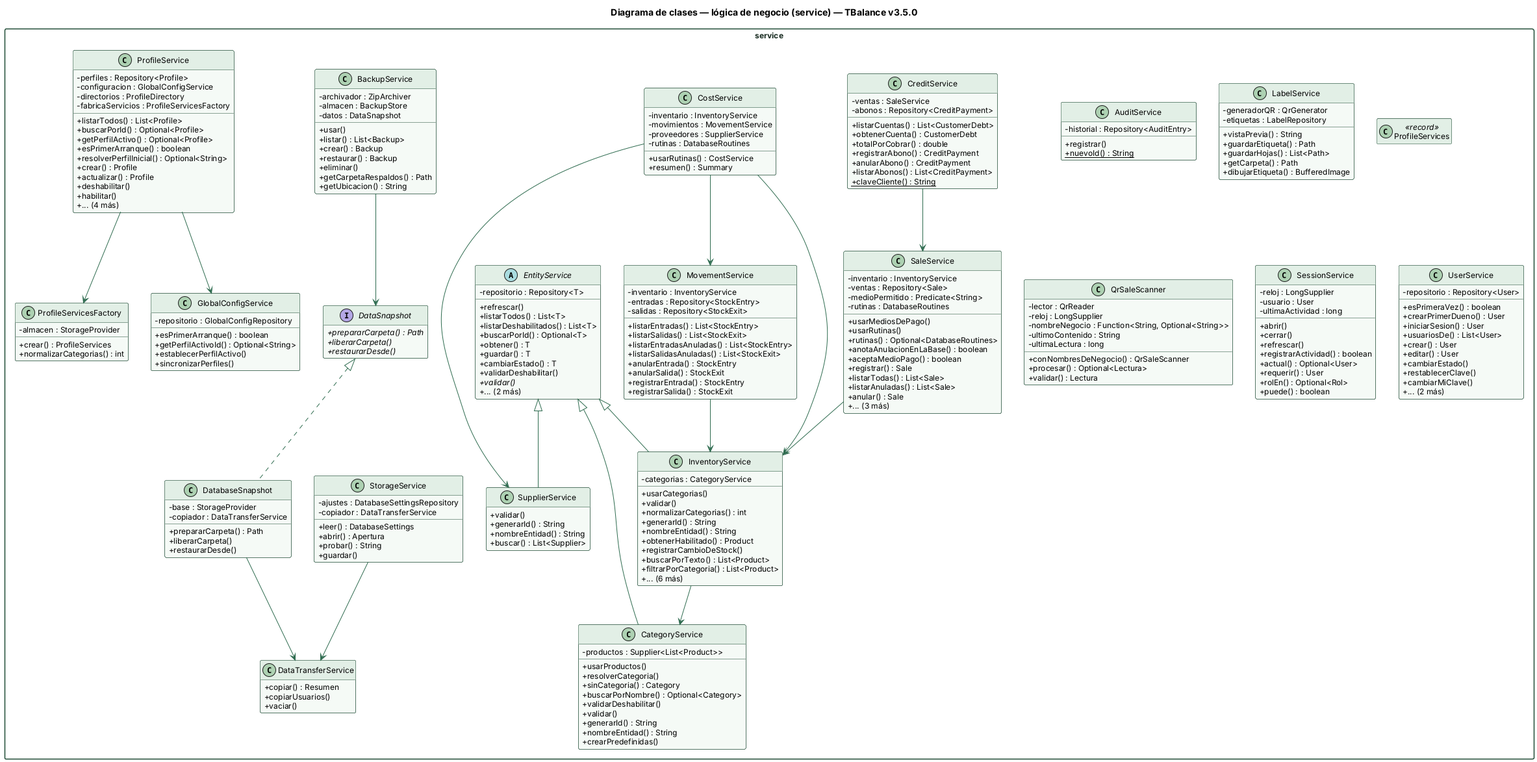
The PlantUML diagram docs/diagramas/clases-servicios.png in erickf-dev/TBalance, before a commit.
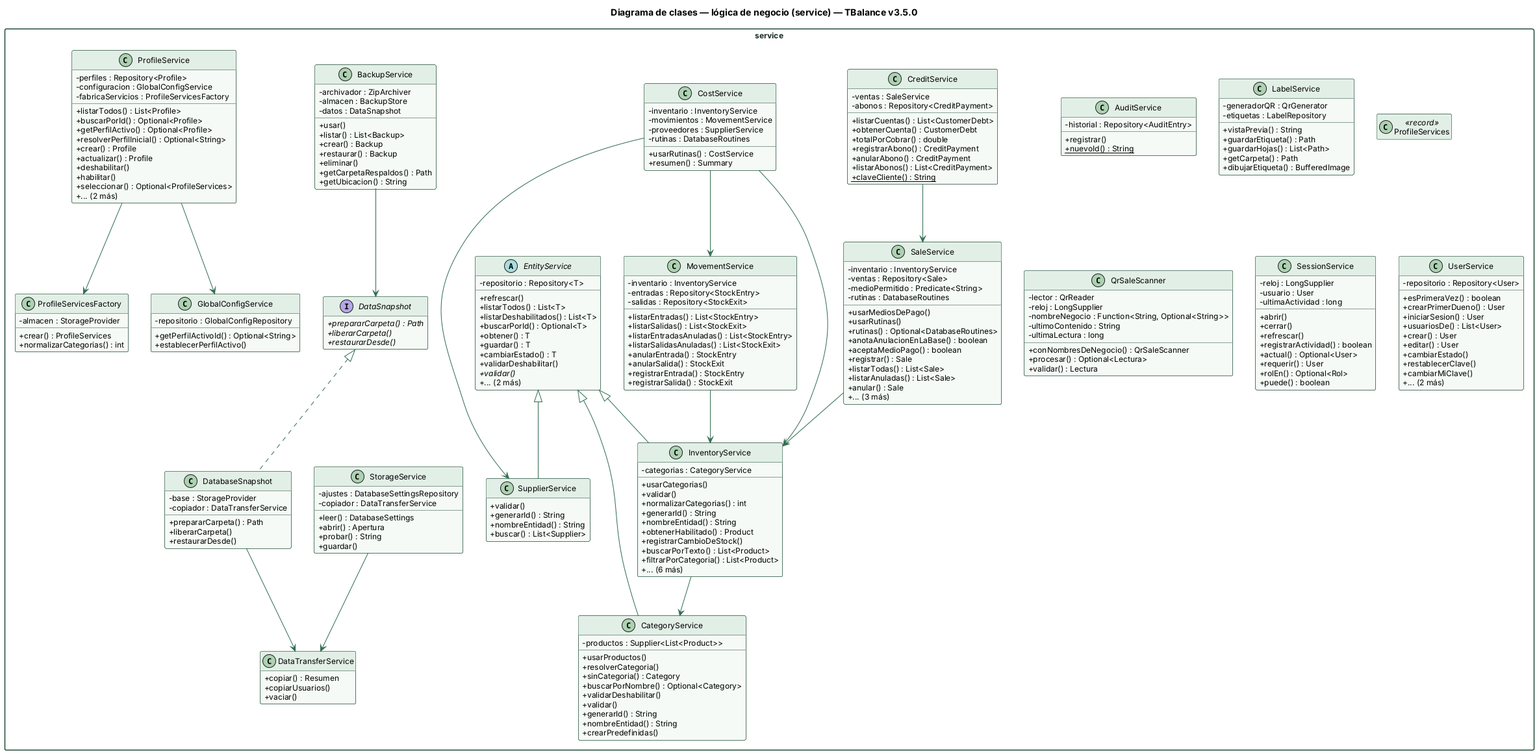
The same file after the commit.

Diff of the diagram source:
```diff
@@ -99,10 +99,8 @@
 }
 class GlobalConfigService {
   - repositorio : GlobalConfigRepository
-  + esPrimerArranque() : boolean
   + getPerfilActivoId() : Optional<String>
   + establecerPerfilActivo()
-  + sincronizarPerfiles()
 }
 class InventoryService {
   - categorias : CategoryService
@@ -142,18 +140,17 @@
 class ProfileService {
   - perfiles : Repository<Profile>
   - configuracion : GlobalConfigService
-  - directorios : ProfileDirectory
   - fabricaServicios : ProfileServicesFactory
   + listarTodos() : List<Profile>
   + buscarPorId() : Optional<Profile>
   + getPerfilActivo() : Optional<Profile>
-  + esPrimerArranque() : boolean
   + resolverPerfilInicial() : Optional<String>
   + crear() : Profile
   + actualizar() : Profile
   + deshabilitar()
   + habilitar()
-  + ... (4 más)
+  + seleccionar() : Optional<ProfileServices>
+  + ... (2 más)
 }
 class ProfileServices <<record>> {
 }
```
